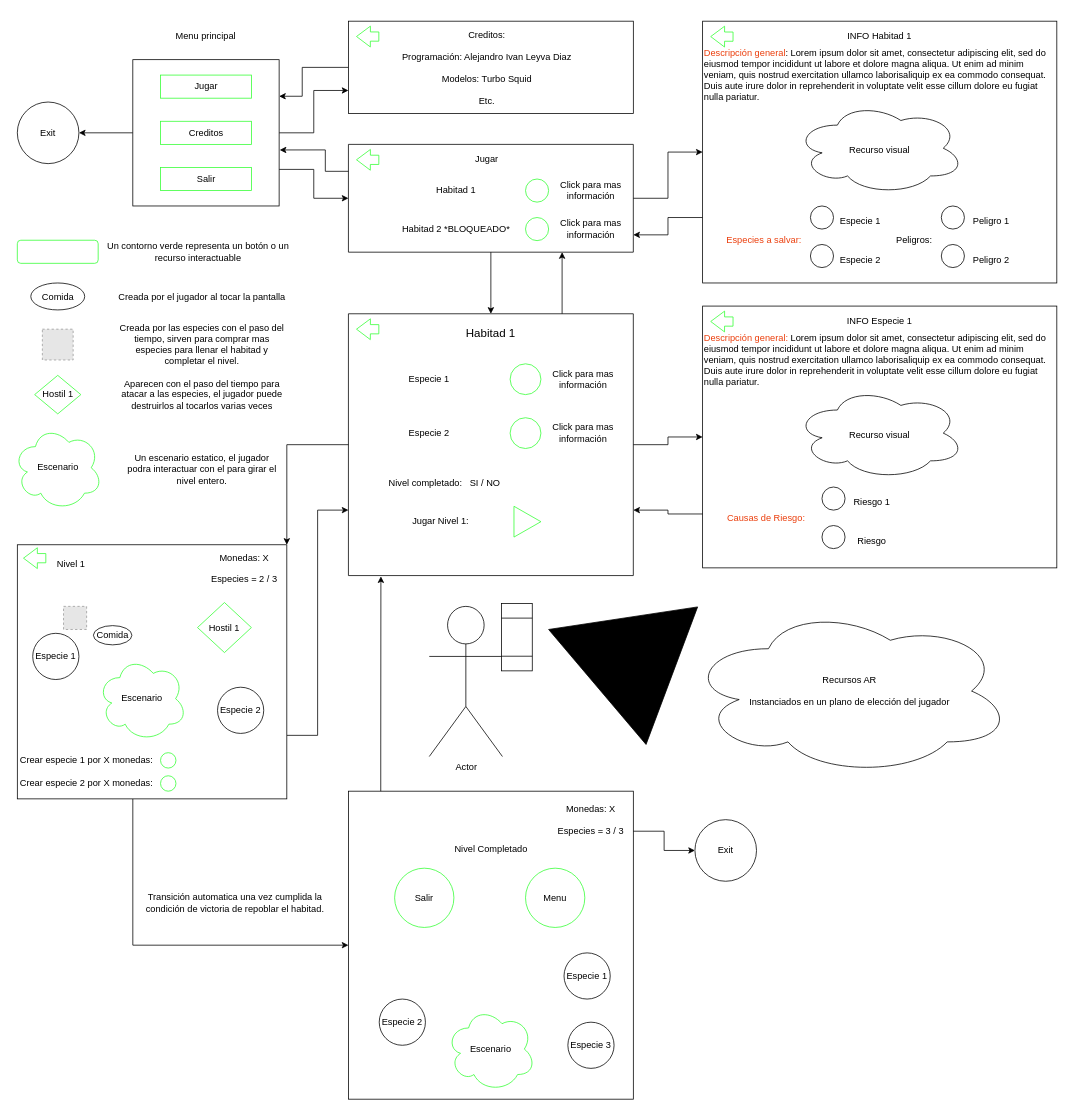
Koishi32/ProyectoFinal_TSIII keeps this draw.io diagram as Untitled Diagram.drawio. Above is the earlier version. Source tidied: cells renumbered, new cells numbered last; positions are measured from the earlier drawing's top-left corner, leaving out a move shared by most shapes. Both pictures are drawn from the tidied source at 77%, with x=0, y=0 at pixel (13, 13). Pictures stored in the file or linked from it are replaced by grey dashed boxes.
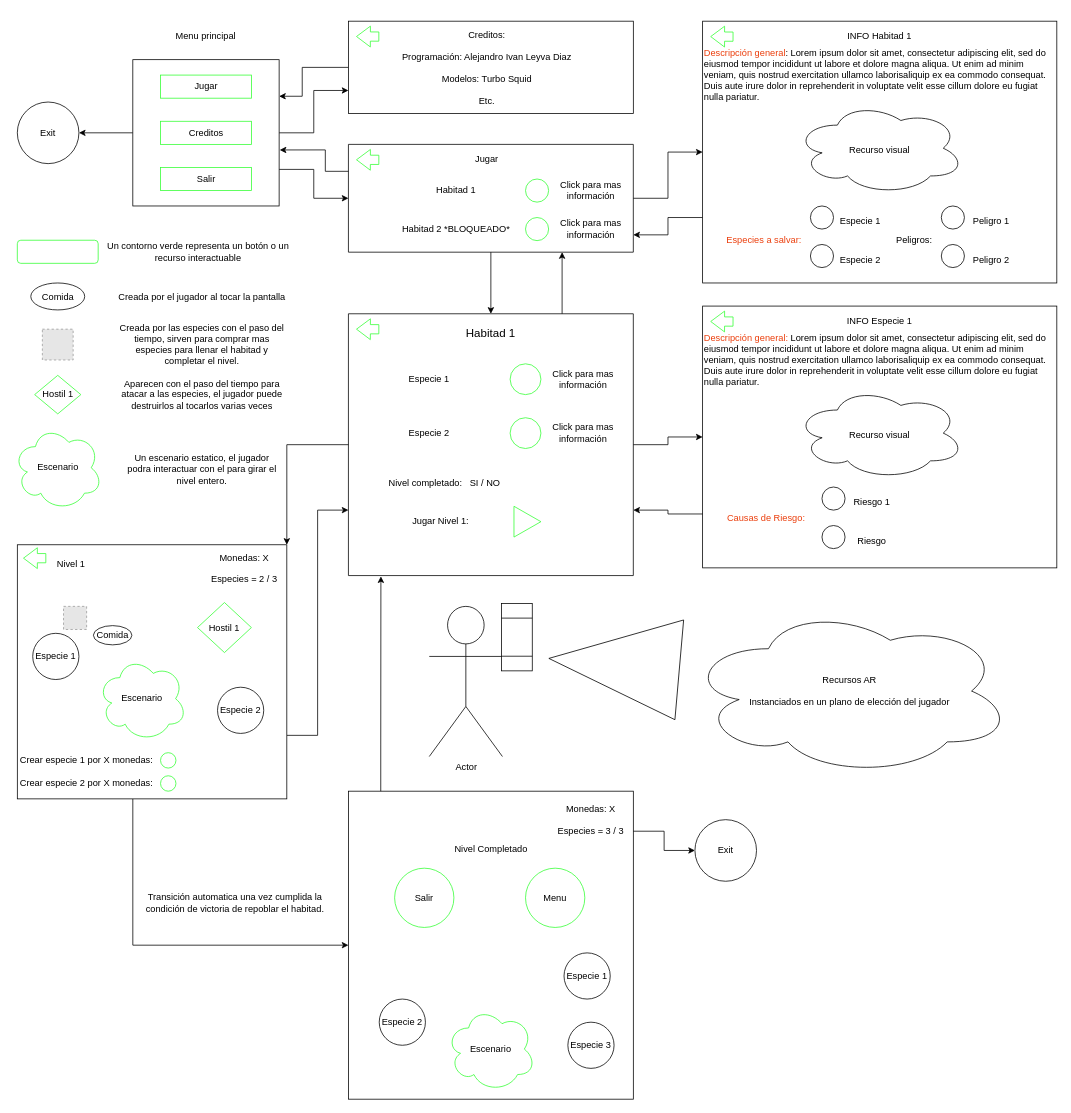
The same diagram, later.

Diff of the diagram source:
```diff
@@
-    <mxCell id="83" style="shape=mxgraph.arrows2.wedgeArrow;html=1;startWidth=95.38461538461539;fillColor=strokeColor;defaultFillColor=invert;defaultGradientColor=invert;rounded=0;" parent="1" edge="1">
-      <mxGeometry relative="1" as="geometry">
-        <mxPoint x="855" y="860" as="sourcePoint" />
-        <mxPoint x="695" y="800" as="targetPoint" />
-      </mxGeometry>
-    </mxCell>
@@
+    <mxCell id="122" style="triangle;whiteSpace=wrap;html=1;rotation=-175;" parent="1" vertex="1">
+      <mxGeometry x="695" y="780" width="170" height="130" as="geometry" />
+    </mxCell>
```
